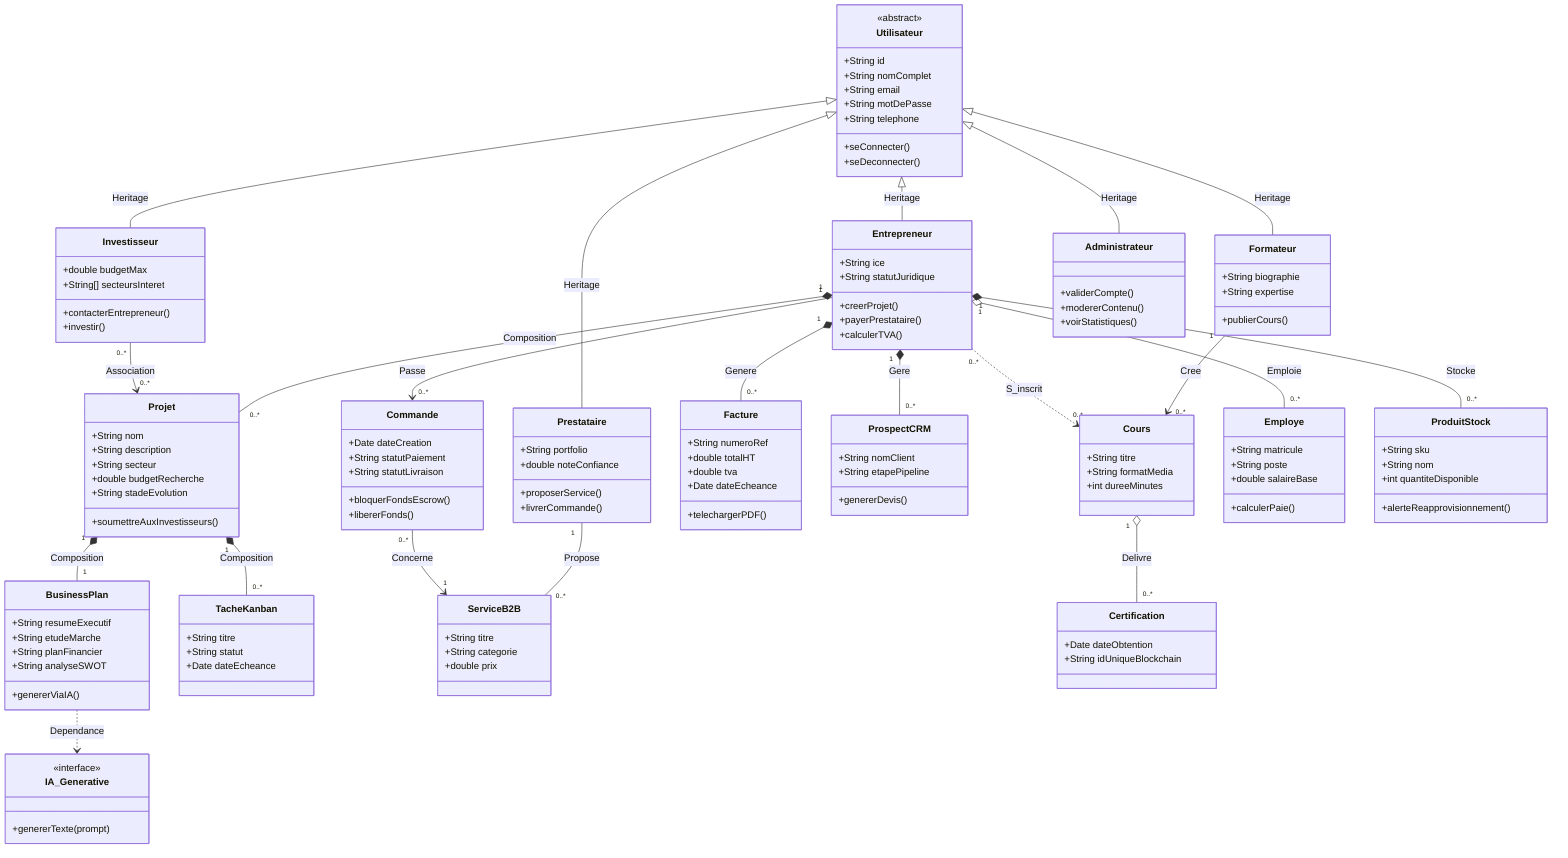
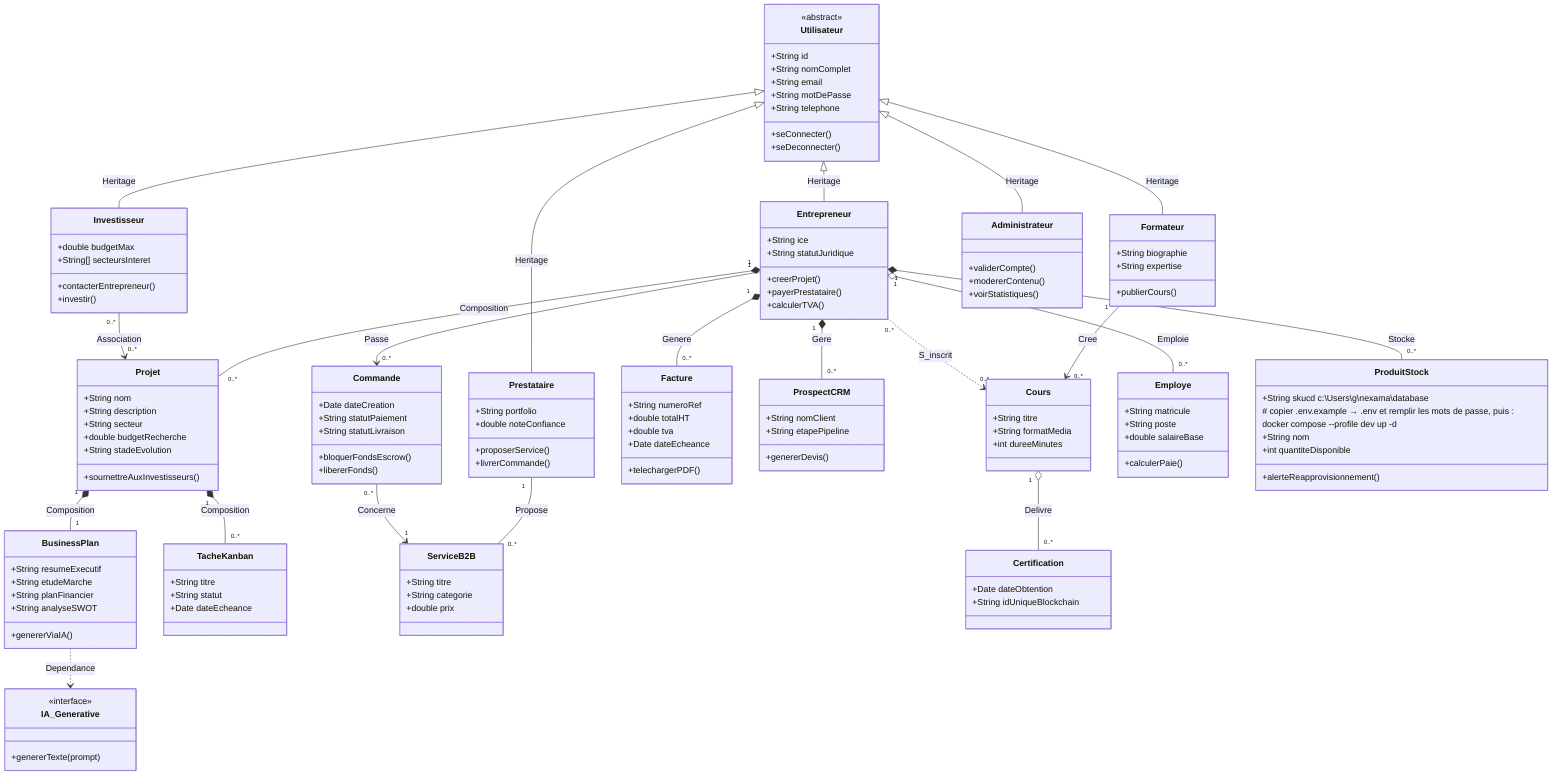
classDiagram
    %%----------------------------------
    %% UTILISATEURS (HERITAGE)
    %%----------------------------------
    class Utilisateur {
        <<abstract>>
        +String id
        +String nomComplet
        +String email
        +String motDePasse
        +String telephone
        +seConnecter()
        +seDeconnecter()
    }

    class Entrepreneur {
        +String ice
        +String statutJuridique
        +creerProjet()
        +payerPrestataire()
        +calculerTVA()
    }

    class Investisseur {
        +double budgetMax
        +String[] secteursInteret
        +contacterEntrepreneur()
        +investir()
    }

    class Prestataire {
        +String portfolio
        +double noteConfiance
        +proposerService()
        +livrerCommande()
    }

    class Formateur {
        +String biographie
        +String expertise
        +publierCours()
    }

    class Administrateur {
        +validerCompte()
        +modererContenu()
        +voirStatistiques()
    }

    Utilisateur <|-- Entrepreneur : Heritage
    Utilisateur <|-- Investisseur : Heritage
    Utilisateur <|-- Prestataire : Heritage
    Utilisateur <|-- Formateur : Heritage
    Utilisateur <|-- Administrateur : Heritage


    %%----------------------------------
    %% MODULE 1, 4 & 5 : PROJET, IA & KANBAN
    %%----------------------------------
    class Projet {
        +String nom
        +String description
        +String secteur
        +double budgetRecherche
        +String stadeEvolution
        +soumettreAuxInvestisseurs()
    }

    class BusinessPlan {
        +String resumeExecutif
        +String etudeMarche
        +String planFinancier
        +String analyseSWOT
        +genererViaIA()
    }

    class IA_Generative {
        <<interface>>
        +genererTexte(prompt)
    }

    class TacheKanban {
        +String titre
        +String statut
        +Date dateEcheance
    }

    Entrepreneur "1" *-- "0..*" Projet : Composition
    Projet "1" *-- "1" BusinessPlan : Composition
    BusinessPlan ..> IA_Generative : Dependance
    Projet "1" *-- "0..*" TacheKanban : Composition

    %% Matching
    Investisseur "0..*" --> "0..*" Projet : Association


    %%----------------------------------
    %% MODULE 3 : MARKETPLACE B2B
    %%----------------------------------
    class ServiceB2B {
        +String titre
        +String categorie
        +double prix
    }

    class Commande {
        +Date dateCreation
        +String statutPaiement
        +String statutLivraison
        +bloquerFondsEscrow()
        +libererFonds()
    }

    Prestataire "1" -- "0..*" ServiceB2B : Propose
    Entrepreneur "1" --> "0..*" Commande : Passe
    Commande "0..*" --> "1" ServiceB2B : Concerne


    %%----------------------------------
    %% MODULE 2, 7 & 8 : GESTION, CRM & COMPTA
    %%----------------------------------
    class Facture {
        +String numeroRef
        +double totalHT
        +double tva
        +Date dateEcheance
        +telechargerPDF()
    }

    class ProspectCRM {
        +String nomClient
        +String etapePipeline
        +genererDevis()
    }

    Entrepreneur "1" *-- "0..*" Facture : Genere
    Entrepreneur "1" *-- "0..*" ProspectCRM : Gere


    %%----------------------------------
    %% MODULE 6 : MICROLEARNING
    %%----------------------------------
    class Cours {
        +String titre
        +String formatMedia
        +int dureeMinutes
    }

    class Certification {
        +Date dateObtention
        +String idUniqueBlockchain
    }

    Formateur "1" --> "0..*" Cours : Cree
    Cours "1" o-- "0..*" Certification : Delivre
    Entrepreneur "0..*" ..> "0..*" Cours : S_inscrit


    %%----------------------------------
    %% MODULE 9 & 10 : RH & INVENTAIRE
    %%----------------------------------
    class Employe {
        +String matricule
        +String poste
        +double salaireBase
        +calculerPaie()
    }

    class ProduitStock {
-         +String sku
+         +String skucd c:\Users\g\nexama\database
+ # copier .env.example → .env et remplir les mots de passe, puis :
+ docker compose --profile dev up -d
+ 
        +String nom
        +int quantiteDisponible
        +alerteReapprovisionnement()
    }

    Entrepreneur "1" o-- "0..*" Employe : Emploie
    Entrepreneur "1" *-- "0..*" ProduitStock : Stocke
